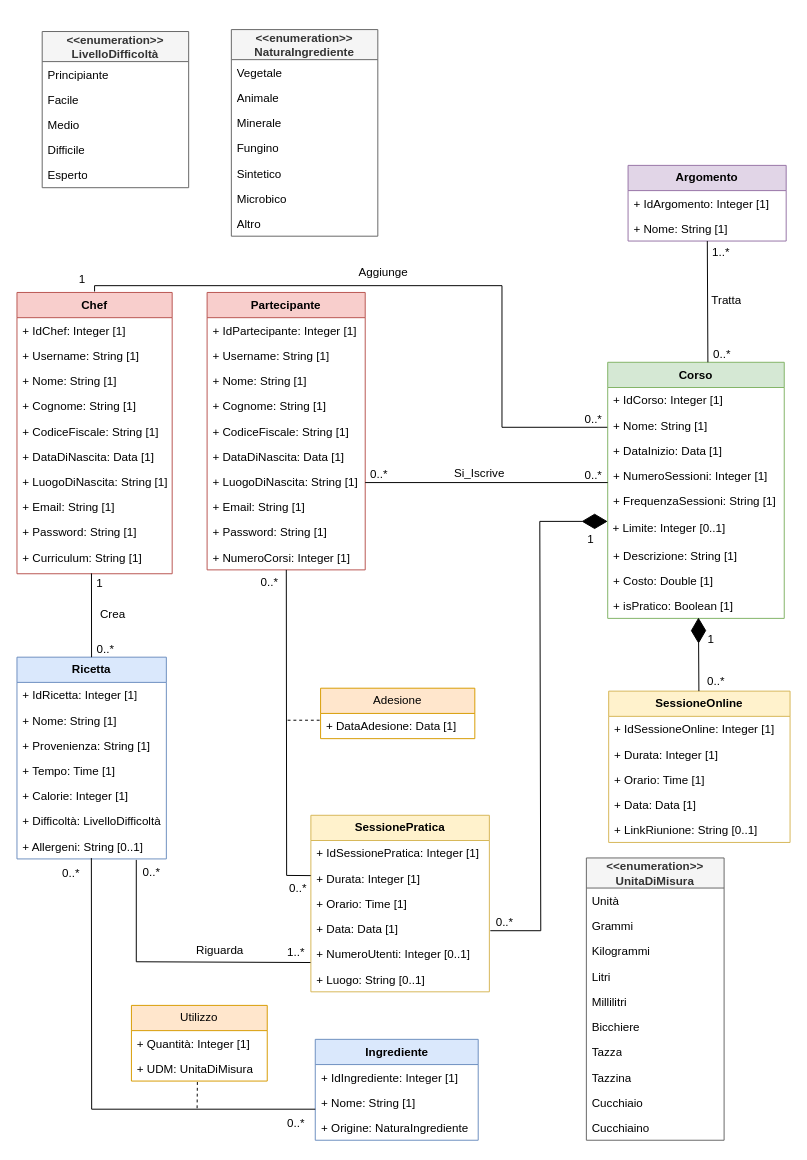
This is Database/Modello_Concettuale/src/UninaFoodLab_UML_Ristrutturato.drawio from KiyoWasTakenn/UninaFoodLab, a draw.io file, before an edit. Source tidied: cells renumbered, new cells numbered last; positions are measured from the earlier drawing's top-left corner, leaving out a move shared by most shapes. Both pictures are drawn from the tidied source at 97%, with x=0, y=0 at pixel (16, 29).
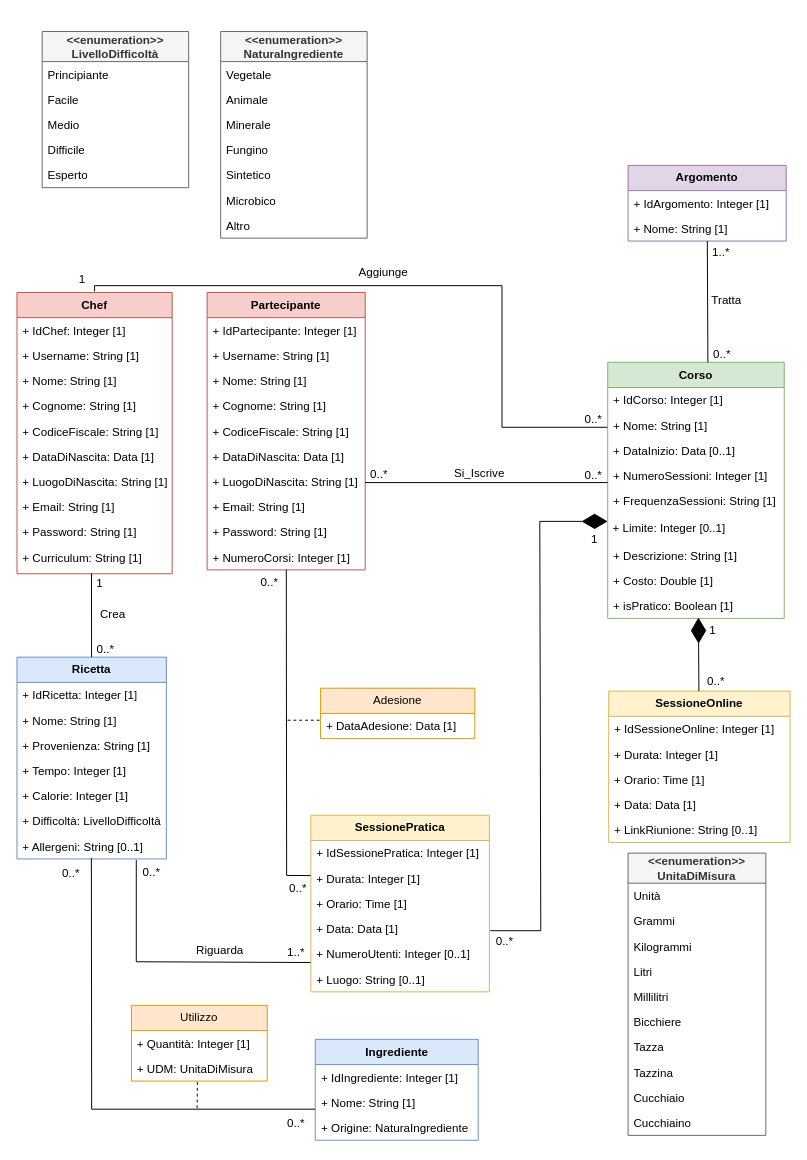
Above is the later version.

The change refers to these unchanged cells:
```xml
<mxCell id="43" value="Corso" style="swimlane;fontStyle=1;align=center;verticalAlign=top;horizontal=1;startSize=26;whiteSpace=wrap;html=1;fillColor=#d5e8d4;strokeColor=#82b366;" parent="1" vertex="1">
  <mxGeometry x="609" y="343" width="182" height="264" as="geometry" />
</mxCell>
<mxCell id="67" value="&lt;b&gt;Ricetta&lt;/b&gt;" style="swimlane;fontStyle=0;horizontal=1;startSize=26;whiteSpace=wrap;html=1;fillColor=#dae8fc;strokeColor=#6c8ebf;" parent="1" vertex="1">
  <mxGeometry y="647" width="154" height="208" as="geometry" />
</mxCell>
```

Change to the diagram source:
```diff
@@
     <mxCell id="5" value="0..*" style="text;html=1;align=center;verticalAlign=middle;whiteSpace=wrap;rounded=0;" parent="1" vertex="1">
-      <mxGeometry x="487" y="910" width="32" height="21" as="geometry" />
+      <mxGeometry x="487" y="929" width="32" height="21" as="geometry" />
     </mxCell>
     <mxCell id="6" value="1" style="edgeLabel;html=1;align=right;verticalAlign=bottom;fontSize=12;" parent="1" vertex="1">
-      <mxGeometry x="566" y="583" as="geometry">
+      <mxGeometry x="570" y="583" as="geometry">
         <mxPoint x="29" y="-49" as="offset" />
       </mxGeometry>
     </mxCell>
@@
     <mxCell id="18" value="&lt;div&gt;&lt;span style=&quot;background-color: transparent; color: light-dark(rgb(51, 51, 51), rgb(193, 193, 193)); font-weight: 700;&quot;&gt;&lt;br&gt;&lt;/span&gt;&lt;/div&gt;&lt;div&gt;&lt;span style=&quot;background-color: transparent; color: light-dark(rgb(51, 51, 51), rgb(193, 193, 193)); font-weight: 700;&quot;&gt;&amp;lt;&amp;lt;enumeration&amp;gt;&amp;gt;&lt;/span&gt;&lt;/div&gt;&lt;div&gt;&lt;span style=&quot;font-weight: 700;&quot;&gt;NaturaIngrediente&lt;/span&gt;&lt;/div&gt;&lt;div&gt;&lt;br&gt;&lt;/div&gt;" style="swimlane;fontStyle=0;horizontal=1;startSize=31;fillColor=#f5f5f5;whiteSpace=wrap;html=1;strokeColor=#666666;fontColor=#333333;" parent="1" vertex="1">
-      <mxGeometry x="221" width="151" height="213" as="geometry" />
+      <mxGeometry x="210" y="2" width="151" height="213" as="geometry" />
     </mxCell>
@@
     <mxCell id="30" value="1" style="edgeLabel;html=1;align=right;verticalAlign=bottom;fontSize=12;" parent="1" vertex="1">
-      <mxGeometry x="690" y="686" as="geometry">
+      <mxGeometry x="692" y="677" as="geometry">
         <mxPoint x="29" y="-49" as="offset" />
       </mxGeometry>
     </mxCell>
@@
     <mxCell id="32" value="&lt;div&gt;&lt;span style=&quot;font-weight: 700;&quot;&gt;&amp;lt;&amp;lt;enumeration&amp;gt;&amp;gt;&lt;/span&gt;&lt;b&gt;&lt;/b&gt;&lt;/div&gt;&lt;div&gt;&lt;b&gt;UnitaDiMisura&lt;/b&gt;&lt;/div&gt;" style="swimlane;fontStyle=0;horizontal=1;startSize=31;fillColor=#f5f5f5;whiteSpace=wrap;html=1;strokeColor=#666666;fontColor=#333333;" parent="1" vertex="1">
-      <mxGeometry x="587" y="854" width="142" height="291" as="geometry" />
+      <mxGeometry x="630" y="849" width="142" height="291" as="geometry" />
     </mxCell>
@@
-    <mxCell id="46" value="+ DataInizio: Data [1]" style="text;strokeColor=none;fillColor=none;align=left;verticalAlign=top;spacingLeft=4;spacingRight=4;overflow=hidden;whiteSpace=wrap;html=1;" parent="43" vertex="1">
+    <mxCell id="46" value="+ DataInizio: Data [0..1]" style="text;strokeColor=none;fillColor=none;align=left;verticalAlign=top;spacingLeft=4;spacingRight=4;overflow=hidden;whiteSpace=wrap;html=1;" parent="43" vertex="1">
       <mxGeometry y="78" width="182" height="26" as="geometry" />
     </mxCell>
@@
-    <mxCell id="71" value="+ Tempo: Time [1]" style="text;strokeColor=none;fillColor=none;align=left;verticalAlign=top;spacingLeft=4;spacingRight=4;overflow=hidden;whiteSpace=wrap;html=1;" parent="67" vertex="1">
+    <mxCell id="71" value="+ Tempo: Integer [1]" style="text;strokeColor=none;fillColor=none;align=left;verticalAlign=top;spacingLeft=4;spacingRight=4;overflow=hidden;whiteSpace=wrap;html=1;" parent="67" vertex="1">
       <mxGeometry y="104" width="154" height="26" as="geometry" />
     </mxCell>
```
